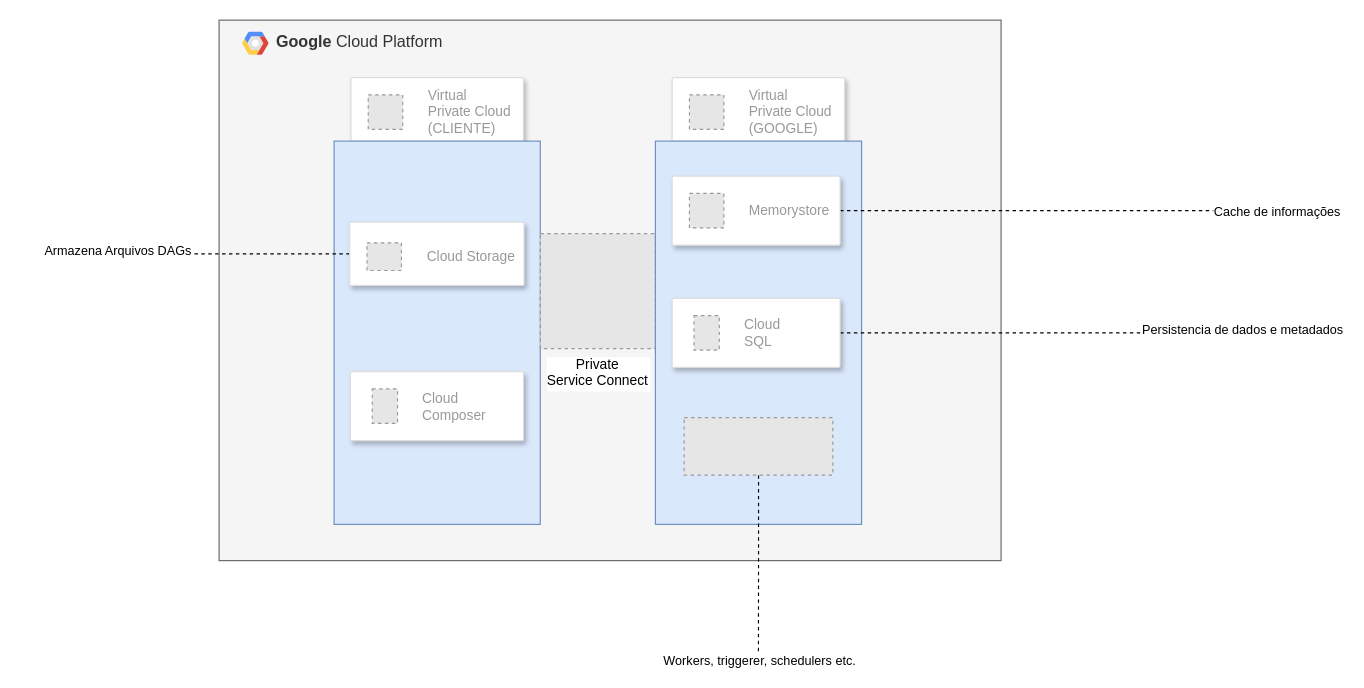
vimuchiaroni/dre-3-test keeps this draw.io diagram as page "Cloud" (2 of 2) of diagramas/airflow.drawio. Above is the earlier version. Source tidied: cells renumbered, new cells numbered last; positions are measured from the earlier drawing's top-left corner, leaving out a move shared by most shapes. Both pictures are drawn from the tidied source at 115%, with x=0, y=0 at pixel (92, 20). Pictures stored in the file or linked from it are replaced by grey dashed boxes.
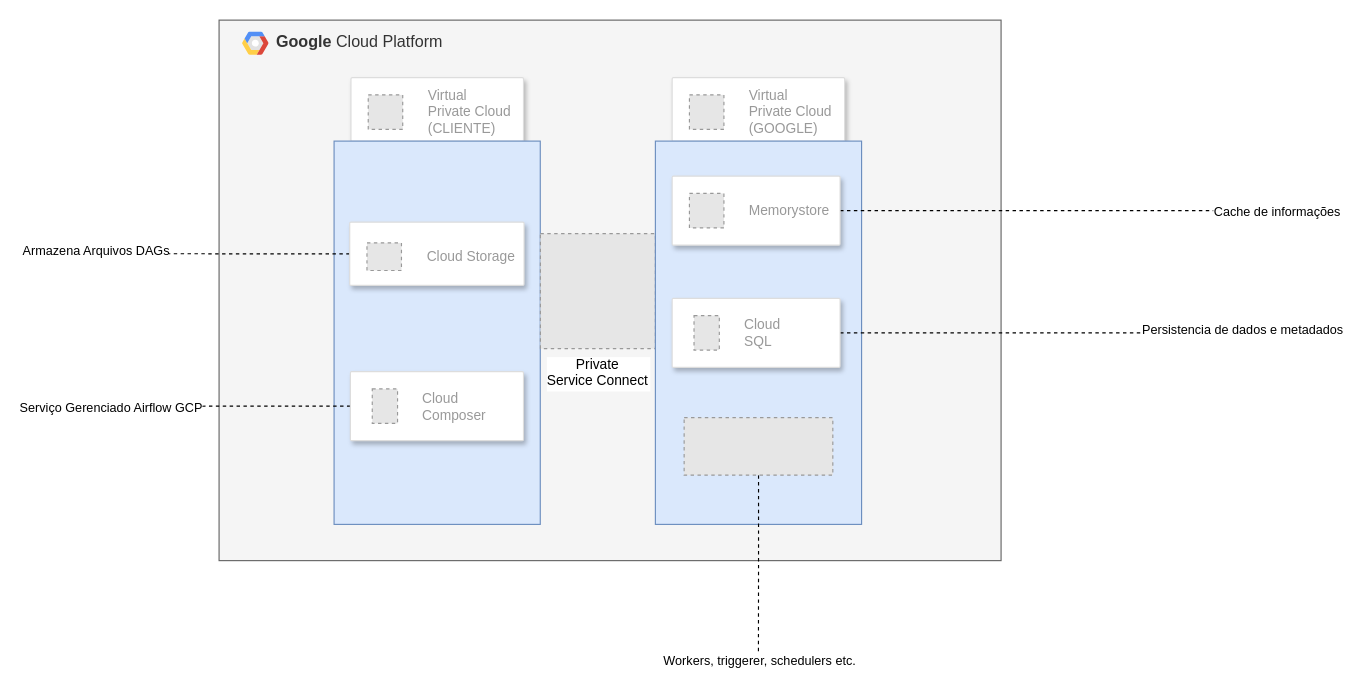
The same diagram, later.

Commit message:
update cloud architecture

Unchanged cells that the change refers to:
```xml
<mxCell id="2" value="&lt;b&gt;Google &lt;/b&gt;Cloud Platform" style="fillColor=#f5f5f5;strokeColor=#666666;shadow=0;fontSize=14;align=left;spacing=10;9E9E9E;verticalAlign=top;spacingTop=-4;fontStyle=0;spacingLeft=40;html=1;whiteSpace=wrap;fontColor=#333333;" parent="1" vertex="1">
  <mxGeometry x="110" width="680" height="470" as="geometry" />
</mxCell>
<mxCell id="11" style="strokeColor=#dddddd;shadow=1;strokeWidth=1;rounded=1;absoluteArcSize=1;arcSize=2;" parent="2" vertex="1">
  <mxGeometry x="113.6" y="175.7" width="151.6" height="55" as="geometry" />
</mxCell>
<mxCell id="13" style="strokeColor=#dddddd;shadow=1;strokeWidth=1;rounded=1;absoluteArcSize=1;arcSize=2;" parent="2" vertex="1">
  <mxGeometry x="114.2" y="305.7" width="150.5" height="60" as="geometry" />
</mxCell>
```

Change to the diagram source:
```diff
@@
     <mxCell id="9" style="edgeStyle=orthogonalEdgeStyle;rounded=0;jettySize=auto;html=1;dashed=1;endArrow=none;startFill=0;" parent="2" edge="1" source="11">
       <mxGeometry relative="1" as="geometry">
-        <mxPoint x="-110" y="203.2" as="targetPoint" />
+        <mxPoint x="-130" y="203" as="targetPoint" />
       </mxGeometry>
     </mxCell>
@@
+    <mxCell id="28" style="edgeStyle=orthogonalEdgeStyle;rounded=0;jettySize=auto;html=1;dashed=1;endArrow=none;startFill=0;" parent="2" edge="1" source="13">
+      <mxGeometry relative="1" as="geometry">
+        <mxPoint x="-130" y="336" as="targetPoint" />
+      </mxGeometry>
+    </mxCell>
+    <mxCell id="29" value="Serviço Gerenciado Airflow GCP" style="edgeLabel;html=1;align=center;verticalAlign=middle;" parent="28" vertex="1">
+      <mxGeometry x="0.71" relative="1" as="geometry">
+        <mxPoint x="-1" as="offset" />
+      </mxGeometry>
+    </mxCell>
```
